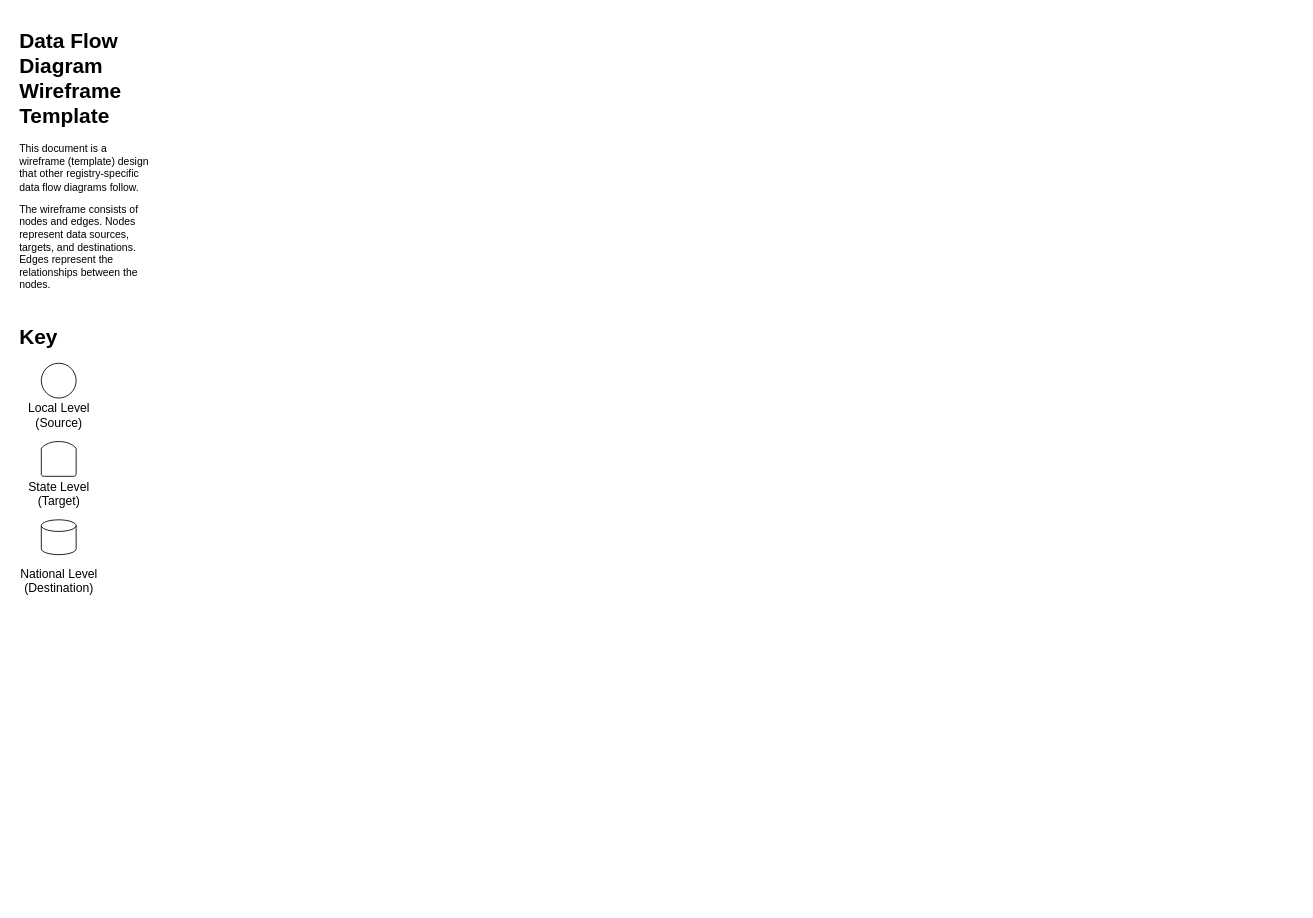
Earlier version of the draw.io diagram ws5/schemas/data_flow_diagram.drawio (gabastil/nci-seer). Source tidied: cells renumbered, new cells numbered last; positions are measured from the earlier drawing's top-left corner, leaving out a move shared by most shapes. Both pictures are drawn from the tidied source at 87%, with x=0, y=0 at pixel (15, 23).
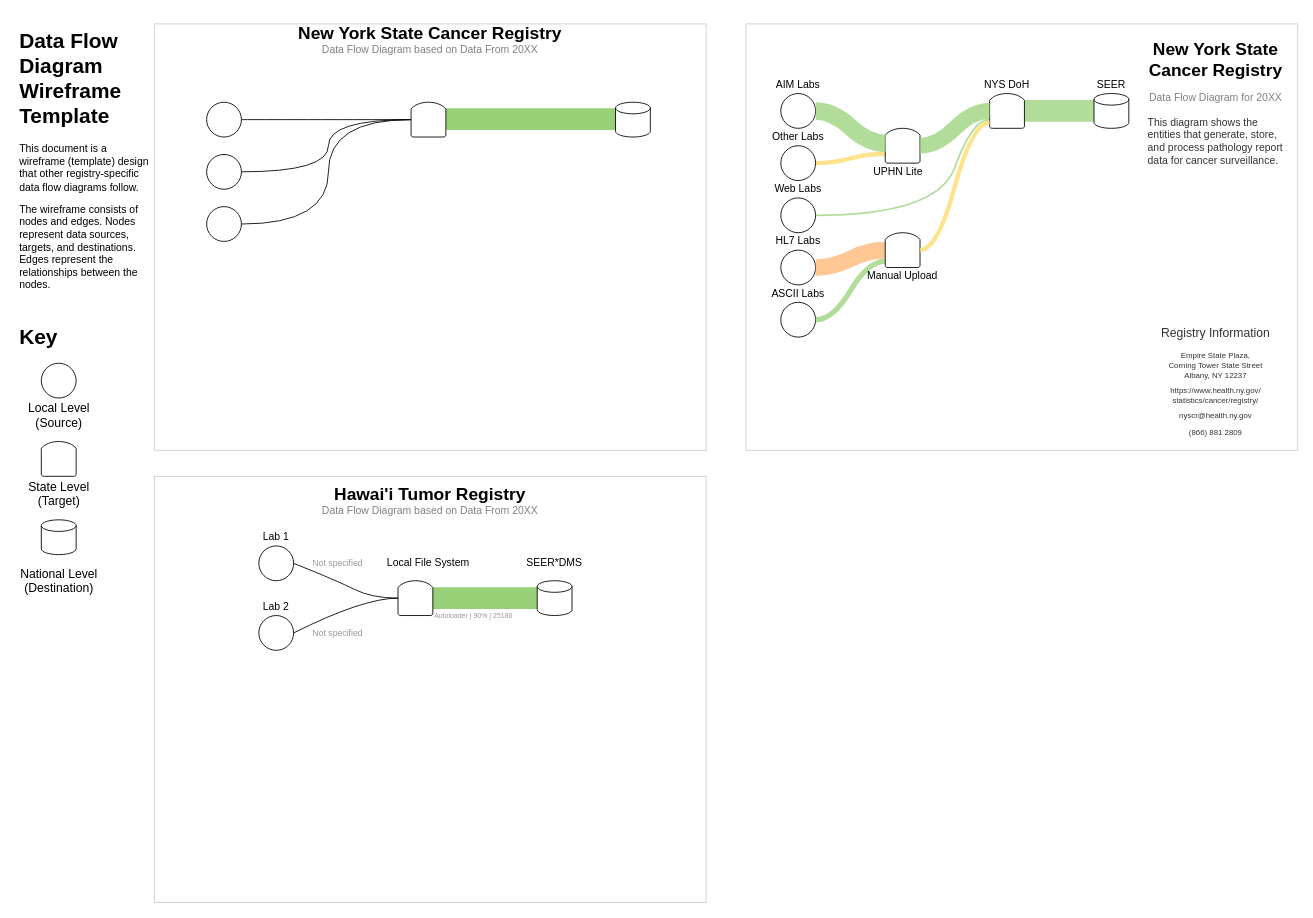
The same page after the edit.

What changed in the source:
```diff
@@
+    <mxCell id="10" parent="0" />
+    <mxCell id="11" style="whiteSpace=wrap;html=1;fillColor=none;strokeColor=#CCCCCC;glass=0;" parent="10" vertex="1">
+      <mxGeometry x="160" width="634.1" height="490" as="geometry" />
+    </mxCell>
+    <mxCell id="12" style="whiteSpace=wrap;html=1;fillColor=none;strokeColor=#CCCCCC;glass=0;" parent="10" vertex="1">
+      <mxGeometry x="160" y="520" width="634.1" height="490" as="geometry" />
+    </mxCell>
+    <mxCell id="13" style="whiteSpace=wrap;html=1;fillColor=none;strokeColor=#CCCCCC;glass=0;" parent="10" vertex="1">
+      <mxGeometry x="840" width="634.1" height="490" as="geometry" />
+    </mxCell>
+    <mxCell id="14" parent="0" />
+    <mxCell id="15" style="curved=1;endArrow=none;html=1;exitX=1;exitY=0.5;exitDx=0;exitDy=0;entryX=0.5;entryY=0;entryDx=0;entryDy=0;entryPerimeter=0;endFill=0;" parent="14" edge="1">
+      <mxGeometry relative="1" as="geometry">
+        <mxPoint x="260" y="230" as="sourcePoint" />
+        <mxPoint x="455" y="110" as="targetPoint" />
+        <Array as="points">
+          <mxPoint x="360" y="230" />
+          <mxPoint x="360" y="110" />
+        </Array>
+      </mxGeometry>
+    </mxCell>
+    <mxCell id="16" style="curved=1;endArrow=none;html=1;exitX=1;exitY=0.5;exitDx=0;exitDy=0;endFill=0;entryX=0.5;entryY=0;entryDx=0;entryDy=0;entryPerimeter=0;" parent="14" edge="1">
+      <mxGeometry relative="1" as="geometry">
+        <mxPoint x="260" y="170" as="sourcePoint" />
+        <mxPoint x="455" y="110" as="targetPoint" />
+        <Array as="points">
+          <mxPoint x="360" y="170" />
+          <mxPoint x="360" y="110" />
+        </Array>
+      </mxGeometry>
+    </mxCell>
+    <mxCell id="17" style="curved=1;endArrow=none;html=1;exitX=1;exitY=0.5;exitDx=0;exitDy=0;endFill=0;entryX=0.5;entryY=0;entryDx=0;entryDy=0;entryPerimeter=0;" parent="14" edge="1">
+      <mxGeometry relative="1" as="geometry">
+        <mxPoint x="260" y="110" as="sourcePoint" />
+        <mxPoint x="455" y="110" as="targetPoint" />
+      </mxGeometry>
+    </mxCell>
+    <mxCell id="18" style="curved=1;endArrow=none;html=1;exitX=1;exitY=0.5;exitDx=0;exitDy=0;endFill=0;entryX=0.5;entryY=0;entryDx=0;entryDy=0;entryPerimeter=0;fillColor=#d5e8d4;strokeColor=#97D077;strokeWidth=25;" parent="14" edge="1">
+      <mxGeometry relative="1" as="geometry">
+        <mxPoint x="495" y="109.4" as="sourcePoint" />
+        <mxPoint x="690" y="109.4" as="targetPoint" />
+      </mxGeometry>
+    </mxCell>
+    <mxCell id="19" parent="0" />
+    <mxCell id="20" style="ellipse;whiteSpace=wrap;html=1;" parent="19" vertex="1">
+      <mxGeometry x="220" y="90" width="40" height="40" as="geometry" />
+    </mxCell>
+    <mxCell id="21" style="strokeWidth=1;html=1;shape=mxgraph.flowchart.delay;whiteSpace=wrap;rotation=-90;" parent="19" vertex="1">
+      <mxGeometry x="455" y="90" width="40" height="40" as="geometry" />
+    </mxCell>
+    <mxCell id="22" style="strokeWidth=1;html=1;shape=mxgraph.flowchart.database;whiteSpace=wrap;" parent="19" vertex="1">
+      <mxGeometry x="690" y="90" width="40" height="40" as="geometry" />
+    </mxCell>
+    <mxCell id="23" style="ellipse;whiteSpace=wrap;html=1;" parent="19" vertex="1">
+      <mxGeometry x="220" y="150" width="40" height="40" as="geometry" />
+    </mxCell>
+    <mxCell id="24" style="ellipse;whiteSpace=wrap;html=1;" parent="19" vertex="1">
+      <mxGeometry x="220" y="210" width="40" height="40" as="geometry" />
+    </mxCell>
+    <mxCell id="25" parent="0" />
+    <mxCell id="26" style="curved=1;endArrow=none;html=1;exitX=1;exitY=0.5;exitDx=0;exitDy=0;endFill=0;entryX=0.5;entryY=0;entryDx=0;entryDy=0;entryPerimeter=0;" parent="25" edge="1" source="31" target="29">
+      <mxGeometry relative="1" as="geometry">
+        <Array as="points">
+          <mxPoint x="320" y="700" />
+          <mxPoint x="400" y="660" />
+        </Array>
+      </mxGeometry>
+    </mxCell>
+    <mxCell id="27" style="curved=1;endArrow=none;html=1;exitX=0.5;exitY=1;exitDx=0;exitDy=0;endFill=0;entryX=0;entryY=0.5;entryDx=0;entryDy=0;entryPerimeter=0;fillColor=#d5e8d4;strokeColor=#97D077;strokeWidth=25;exitPerimeter=0;" parent="25" edge="1" source="29" target="30">
+      <mxGeometry relative="1" as="geometry" />
+    </mxCell>
+    <mxCell id="28" style="ellipse;whiteSpace=wrap;html=1;" parent="25" vertex="1">
+      <mxGeometry x="280" y="600" width="40" height="40" as="geometry" />
+    </mxCell>
+    <mxCell id="29" style="strokeWidth=1;html=1;shape=mxgraph.flowchart.delay;whiteSpace=wrap;rotation=-90;" parent="25" vertex="1">
+      <mxGeometry x="440" y="640" width="40" height="40" as="geometry" />
+    </mxCell>
+    <mxCell id="30" style="strokeWidth=1;html=1;shape=mxgraph.flowchart.database;whiteSpace=wrap;" parent="25" vertex="1">
+      <mxGeometry x="600" y="640" width="40" height="40" as="geometry" />
+    </mxCell>
+    <mxCell id="31" style="ellipse;whiteSpace=wrap;html=1;" parent="25" vertex="1">
+      <mxGeometry x="280" y="680" width="40" height="40" as="geometry" />
+    </mxCell>
+    <mxCell id="32" value="Local File System" style="text;html=1;strokeColor=none;fillColor=none;align=center;verticalAlign=middle;whiteSpace=wrap;rounded=0;glass=0;" parent="25" vertex="1">
+      <mxGeometry x="425" y="610" width="100" height="20" as="geometry" />
+    </mxCell>
+    <mxCell id="33" value="Lab 1" style="text;html=1;strokeColor=none;fillColor=none;align=center;verticalAlign=middle;whiteSpace=wrap;rounded=0;glass=0;" parent="25" vertex="1">
+      <mxGeometry x="280" y="580" width="40" height="20" as="geometry" />
+    </mxCell>
+    <mxCell id="34" value="Lab 2" style="text;html=1;strokeColor=none;fillColor=none;align=center;verticalAlign=middle;whiteSpace=wrap;rounded=0;glass=0;" parent="25" vertex="1">
+      <mxGeometry x="280" y="660" width="40" height="20" as="geometry" />
+    </mxCell>
+    <mxCell id="35" style="curved=1;endArrow=none;html=1;exitX=1;exitY=0.5;exitDx=0;exitDy=0;endFill=0;entryX=0.5;entryY=0;entryDx=0;entryDy=0;entryPerimeter=0;" parent="25" edge="1" source="28" target="29">
+      <mxGeometry relative="1" as="geometry">
+        <Array as="points">
+          <mxPoint x="320" y="620" />
+          <mxPoint x="370" y="640" />
+          <mxPoint x="410" y="660" />
+        </Array>
+      </mxGeometry>
+    </mxCell>
+    <mxCell id="36" value="SEER*DMS" style="text;html=1;strokeColor=none;fillColor=none;align=center;verticalAlign=middle;whiteSpace=wrap;rounded=0;glass=0;" parent="25" vertex="1">
+      <mxGeometry x="570" y="610" width="100" height="20" as="geometry" />
+    </mxCell>
+    <mxCell id="37" value="&lt;font color=&quot;#999999&quot; style=&quot;font-size: 8px;&quot;&gt;Autoloader | 90% | 25186&lt;/font&gt;" style="text;html=1;strokeColor=none;fillColor=none;align=left;verticalAlign=middle;whiteSpace=wrap;rounded=0;glass=0;fontSize=8;" parent="25" vertex="1">
+      <mxGeometry x="480" y="670" width="195" height="20" as="geometry" />
+    </mxCell>
+    <mxCell id="38" value="Not specified" style="text;html=1;strokeColor=none;fillColor=none;align=left;verticalAlign=middle;whiteSpace=wrap;rounded=0;glass=0;fontSize=10;fontColor=#999999;" parent="25" vertex="1">
+      <mxGeometry x="340" y="690" width="70" height="20" as="geometry" />
+    </mxCell>
+    <mxCell id="39" value="Not specified" style="text;html=1;strokeColor=none;fillColor=none;align=left;verticalAlign=middle;whiteSpace=wrap;rounded=0;glass=0;fontSize=10;fontColor=#999999;" parent="25" vertex="1">
+      <mxGeometry x="340" y="610" width="70" height="20" as="geometry" />
+    </mxCell>
+    <mxCell id="40" value="Hawai'i Tumor Registry" style="text;html=1;strokeColor=none;fillColor=none;align=center;verticalAlign=middle;whiteSpace=wrap;rounded=0;glass=0;fontSize=20;fontFamily=Helvetica;fontStyle=1;" parent="25" vertex="1">
+      <mxGeometry x="160" y="530" width="634.1" height="20" as="geometry" />
+    </mxCell>
+    <mxCell id="41" value="Data Flow Diagram based on Data From 20XX" style="text;html=1;strokeColor=none;fillColor=none;align=center;verticalAlign=middle;whiteSpace=wrap;rounded=0;glass=0;fontSize=12;fontFamily=Helvetica;fontStyle=0;fontColor=#808080;" parent="25" vertex="1">
+      <mxGeometry x="160" y="550" width="634.1" height="20" as="geometry" />
+    </mxCell>
+    <mxCell id="42" value="New York State Cancer Registry" style="text;html=1;strokeColor=none;fillColor=none;align=center;verticalAlign=middle;whiteSpace=wrap;rounded=0;glass=0;fontSize=20;fontFamily=Helvetica;fontStyle=1;" parent="25" vertex="1">
+      <mxGeometry x="160" width="634.1" height="20" as="geometry" />
+    </mxCell>
+    <mxCell id="43" value="Data Flow Diagram based on Data From 20XX" style="text;html=1;strokeColor=none;fillColor=none;align=center;verticalAlign=middle;whiteSpace=wrap;rounded=0;glass=0;fontSize=12;fontFamily=Helvetica;fontStyle=0;fontColor=#808080;" parent="25" vertex="1">
+      <mxGeometry x="160" y="20" width="634.1" height="20" as="geometry" />
+    </mxCell>
+    <mxCell id="44" value="New York State Cancer Registry" style="text;html=1;strokeColor=none;fillColor=none;align=center;verticalAlign=middle;whiteSpace=wrap;rounded=0;glass=0;fontSize=20;fontFamily=Helvetica;fontStyle=1;" parent="25" vertex="1">
+      <mxGeometry x="1300" y="10" width="160" height="60" as="geometry" />
+    </mxCell>
+    <mxCell id="45" value="Data Flow Diagram for 20XX" style="text;html=1;strokeColor=none;fillColor=none;align=center;verticalAlign=middle;whiteSpace=wrap;rounded=0;glass=0;fontSize=12;fontFamily=Helvetica;fontStyle=0;fontColor=#808080;" parent="25" vertex="1">
+      <mxGeometry x="1300" y="70" width="160" height="30" as="geometry" />
+    </mxCell>
+    <mxCell id="46" value="&lt;div&gt;This diagram shows the entities that generate, store, and process pathology report data for cancer surveillance.&lt;/div&gt;&lt;div&gt;&lt;/div&gt;&lt;div&gt;&lt;/div&gt;" style="text;html=1;strokeColor=none;fillColor=none;align=left;verticalAlign=top;whiteSpace=wrap;rounded=0;glass=0;fontSize=12;fontFamily=Helvetica;fontStyle=0;fontColor=#333333;" parent="25" vertex="1">
+      <mxGeometry x="1300" y="100" width="160" height="70" as="geometry" />
+    </mxCell>
+    <mxCell id="47" value="&lt;div align=&quot;center&quot; style=&quot;font-size: 14px&quot;&gt;&lt;font style=&quot;font-size: 14px&quot;&gt;Registry Information&lt;/font&gt;&lt;/div&gt;" style="text;html=1;strokeColor=none;fillColor=none;align=center;verticalAlign=top;whiteSpace=wrap;rounded=0;glass=0;fontSize=12;fontFamily=Helvetica;fontStyle=0;fontColor=#333333;" parent="25" vertex="1">
+      <mxGeometry x="1300" y="340" width="160" height="30" as="geometry" />
+    </mxCell>
+    <mxCell id="48" value="&lt;div&gt;&lt;font style=&quot;font-size: 9px&quot;&gt;https://www.health.ny.gov/&lt;/font&gt;&lt;/div&gt;&lt;div&gt;&lt;font style=&quot;font-size: 9px&quot;&gt;statistics/cancer/registry/&lt;/font&gt;&lt;/div&gt;" style="text;html=1;strokeColor=none;fillColor=none;align=center;verticalAlign=top;whiteSpace=wrap;rounded=0;glass=0;fontSize=9;fontFamily=Helvetica;fontStyle=0;fontColor=#333333;" parent="25" vertex="1">
+      <mxGeometry x="1300" y="410" width="160" height="30" as="geometry" />
+    </mxCell>
+    <mxCell id="49" value="nyscr@health.ny.gov" style="text;html=1;strokeColor=none;fillColor=none;align=center;verticalAlign=middle;whiteSpace=wrap;rounded=0;glass=0;fontSize=9;fontFamily=Helvetica;fontStyle=0;fontColor=#333333;" parent="25" vertex="1">
+      <mxGeometry x="1300" y="440" width="160" height="20" as="geometry" />
+    </mxCell>
+    <mxCell id="50" value="(866) 881 2809" style="text;html=1;strokeColor=none;fillColor=none;align=center;verticalAlign=middle;whiteSpace=wrap;rounded=0;glass=0;fontSize=9;fontFamily=Helvetica;fontStyle=0;fontColor=#333333;" parent="25" vertex="1">
+      <mxGeometry x="1300" y="460" width="160" height="20" as="geometry" />
+    </mxCell>
+    <mxCell id="51" value="&lt;div&gt;Empire State Plaza,&lt;/div&gt;&lt;div&gt;Corning Tower State Street&lt;/div&gt;&lt;div&gt;Albany, NY 12237&lt;/div&gt;" style="text;html=1;strokeColor=none;fillColor=none;align=center;verticalAlign=top;whiteSpace=wrap;rounded=0;glass=0;fontSize=9;fontFamily=Helvetica;fontStyle=0;fontColor=#333333;" parent="25" vertex="1">
+      <mxGeometry x="1300" y="370" width="160" height="50" as="geometry" />
+    </mxCell>
+    <mxCell id="52" style="curved=1;endArrow=none;html=1;exitX=1;exitY=0.5;exitDx=0;exitDy=0;endFill=0;entryX=0.247;entryY=-0.007;entryDx=0;entryDy=0;entryPerimeter=0;strokeWidth=2;strokeColor=#97D077;opacity=75;" parent="25" edge="1" target="56">
+      <mxGeometry relative="1" as="geometry">
+        <mxPoint x="920" y="220" as="sourcePoint" />
+        <Array as="points">
+          <mxPoint x="1060" y="220" />
+          <mxPoint x="1100" y="110" />
+        </Array>
+      </mxGeometry>
+    </mxCell>
+    <mxCell id="53" style="curved=1;endArrow=none;html=1;exitX=1;exitY=0.5;exitDx=0;exitDy=0;endFill=0;entryX=0.261;entryY=0.031;entryDx=0;entryDy=0;entryPerimeter=0;strokeColor=#FFD966;strokeWidth=5;opacity=75;" parent="25" edge="1" target="64">
+      <mxGeometry relative="1" as="geometry">
+        <mxPoint x="920" y="160" as="sourcePoint" />
+        <Array as="points">
+          <mxPoint x="940" y="160" />
+          <mxPoint x="980" y="149" />
+        </Array>
+      </mxGeometry>
+    </mxCell>
+    <mxCell id="54" style="curved=1;endArrow=none;html=1;exitX=0.5;exitY=1;exitDx=0;exitDy=0;endFill=0;entryX=0;entryY=0.5;entryDx=0;entryDy=0;entryPerimeter=0;fillColor=#d5e8d4;strokeColor=#97D077;strokeWidth=25;exitPerimeter=0;opacity=75;" parent="25" edge="1" source="56" target="57">
+      <mxGeometry relative="1" as="geometry" />
+    </mxCell>
+    <mxCell id="55" style="ellipse;whiteSpace=wrap;html=1;" parent="25" vertex="1">
+      <mxGeometry x="880" y="80" width="40" height="40" as="geometry" />
+    </mxCell>
+    <mxCell id="56" style="strokeWidth=1;html=1;shape=mxgraph.flowchart.delay;whiteSpace=wrap;rotation=-90;" parent="25" vertex="1">
+      <mxGeometry x="1120" y="80" width="40" height="40" as="geometry" />
+    </mxCell>
+    <mxCell id="57" style="strokeWidth=1;html=1;shape=mxgraph.flowchart.database;whiteSpace=wrap;" parent="25" vertex="1">
+      <mxGeometry x="1240" y="80" width="40" height="40" as="geometry" />
+    </mxCell>
+    <mxCell id="58" style="ellipse;whiteSpace=wrap;html=1;" parent="25" vertex="1">
+      <mxGeometry x="880" y="140" width="40" height="40" as="geometry" />
+    </mxCell>
+    <mxCell id="59" style="ellipse;whiteSpace=wrap;html=1;" parent="25" vertex="1">
+      <mxGeometry x="880" y="200" width="40" height="40" as="geometry" />
+    </mxCell>
+    <mxCell id="60" style="ellipse;whiteSpace=wrap;html=1;" parent="25" vertex="1">
+      <mxGeometry x="880" y="260" width="40" height="40" as="geometry" />
+    </mxCell>
+    <mxCell id="61" style="ellipse;whiteSpace=wrap;html=1;" parent="25" vertex="1">
+      <mxGeometry x="880" y="320" width="40" height="40" as="geometry" />
+    </mxCell>
+    <mxCell id="62" style="curved=1;endArrow=none;html=1;exitX=1;exitY=0.5;exitDx=0;exitDy=0;endFill=0;entryX=0.5;entryY=0;entryDx=0;entryDy=0;entryPerimeter=0;strokeColor=#FFB570;strokeWidth=19;opacity=75;" parent="25" edge="1" target="65">
+      <mxGeometry relative="1" as="geometry">
+        <mxPoint x="920" y="280" as="sourcePoint" />
+        <Array as="points">
+          <mxPoint x="940" y="280" />
+          <mxPoint x="980" y="260" />
+        </Array>
+      </mxGeometry>
+    </mxCell>
+    <mxCell id="63" style="curved=1;endArrow=none;html=1;exitX=1;exitY=0.5;exitDx=0;exitDy=0;endFill=0;entryX=0.184;entryY=0.012;entryDx=0;entryDy=0;entryPerimeter=0;strokeColor=#97D077;strokeWidth=6;opacity=75;" parent="25" edge="1" source="61" target="65">
+      <mxGeometry relative="1" as="geometry">
+        <Array as="points">
+          <mxPoint x="940" y="340" />
+          <mxPoint x="980" y="273" />
+        </Array>
+      </mxGeometry>
+    </mxCell>
+    <mxCell id="64" style="strokeWidth=1;html=1;shape=mxgraph.flowchart.delay;whiteSpace=wrap;rotation=-90;" parent="25" vertex="1">
+      <mxGeometry x="1000" y="120" width="40" height="40" as="geometry" />
+    </mxCell>
+    <mxCell id="65" style="strokeWidth=1;html=1;shape=mxgraph.flowchart.delay;whiteSpace=wrap;rotation=-90;" parent="25" vertex="1">
+      <mxGeometry x="1000" y="240" width="40" height="40" as="geometry" />
+    </mxCell>
+    <mxCell id="66" value="AIM Labs" style="text;html=1;strokeColor=none;fillColor=none;align=center;verticalAlign=middle;whiteSpace=wrap;rounded=0;glass=0;" parent="25" vertex="1">
+      <mxGeometry x="870" y="60" width="60" height="20" as="geometry" />
+    </mxCell>
+    <mxCell id="67" value="Other Labs" style="text;html=1;strokeColor=none;fillColor=none;align=center;verticalAlign=middle;whiteSpace=wrap;rounded=0;glass=0;" parent="25" vertex="1">
+      <mxGeometry x="860" y="120" width="80" height="20" as="geometry" />
+    </mxCell>
+    <mxCell id="68" value="Web Labs" style="text;html=1;strokeColor=none;fillColor=none;align=center;verticalAlign=middle;whiteSpace=wrap;rounded=0;glass=0;" parent="25" vertex="1">
+      <mxGeometry x="870" y="180" width="60" height="20" as="geometry" />
+    </mxCell>
+    <mxCell id="69" value="HL7 Labs" style="text;html=1;strokeColor=none;fillColor=none;align=center;verticalAlign=middle;whiteSpace=wrap;rounded=0;glass=0;" parent="25" vertex="1">
+      <mxGeometry x="865" y="240" width="70" height="20" as="geometry" />
+    </mxCell>
+    <mxCell id="70" value="ASCII Labs" style="text;html=1;strokeColor=none;fillColor=none;align=center;verticalAlign=middle;whiteSpace=wrap;rounded=0;glass=0;" parent="25" vertex="1">
+      <mxGeometry x="865" y="300" width="70" height="20" as="geometry" />
+    </mxCell>
+    <mxCell id="71" value="Manual Upload" style="text;html=1;strokeColor=none;fillColor=none;align=center;verticalAlign=middle;whiteSpace=wrap;rounded=0;glass=0;" parent="25" vertex="1">
+      <mxGeometry x="975" y="280" width="90" height="20" as="geometry" />
+    </mxCell>
+    <mxCell id="72" value="UPHN Lite" style="text;html=1;strokeColor=none;fillColor=none;align=center;verticalAlign=middle;whiteSpace=wrap;rounded=0;glass=0;" parent="25" vertex="1">
+      <mxGeometry x="970" y="160" width="90" height="20" as="geometry" />
+    </mxCell>
+    <mxCell id="73" style="curved=1;endArrow=none;html=1;exitX=1;exitY=0.5;exitDx=0;exitDy=0;endFill=0;entryX=0.567;entryY=0.019;entryDx=0;entryDy=0;entryPerimeter=0;strokeWidth=20;strokeColor=#97D077;opacity=75;" parent="25" edge="1" source="55" target="64">
+      <mxGeometry relative="1" as="geometry">
+        <Array as="points">
+          <mxPoint x="940" y="100" />
+          <mxPoint x="980" y="137" />
+        </Array>
+      </mxGeometry>
+    </mxCell>
+    <mxCell id="74" style="curved=1;endArrow=none;html=1;endFill=0;entryX=0.5;entryY=0;entryDx=0;entryDy=0;entryPerimeter=0;strokeWidth=18;strokeColor=#97D077;opacity=75;" parent="25" edge="1" target="56">
+      <mxGeometry relative="1" as="geometry">
+        <mxPoint x="1040" y="140" as="sourcePoint" />
+        <Array as="points">
+          <mxPoint x="1060" y="140" />
+          <mxPoint x="1100" y="100" />
+        </Array>
+      </mxGeometry>
+    </mxCell>
+    <mxCell id="75" style="curved=1;endArrow=none;html=1;endFill=0;exitX=0.5;exitY=1;exitDx=0;exitDy=0;exitPerimeter=0;strokeWidth=5;strokeColor=#FFD966;opacity=75;entryX=0.162;entryY=0.002;entryDx=0;entryDy=0;entryPerimeter=0;" parent="25" edge="1" source="65" target="56">
+      <mxGeometry relative="1" as="geometry">
+        <Array as="points">
+          <mxPoint x="1060" y="260" />
+          <mxPoint x="1100" y="114" />
+        </Array>
+      </mxGeometry>
+    </mxCell>
+    <mxCell id="76" value="NYS DoH" style="text;html=1;strokeColor=none;fillColor=none;align=center;verticalAlign=middle;whiteSpace=wrap;rounded=0;glass=0;" parent="25" vertex="1">
+      <mxGeometry x="1095" y="60" width="90" height="20" as="geometry" />
+    </mxCell>
+    <mxCell id="77" value="SEER" style="text;html=1;strokeColor=none;fillColor=none;align=center;verticalAlign=middle;whiteSpace=wrap;rounded=0;glass=0;" parent="25" vertex="1">
+      <mxGeometry x="1215" y="60" width="90" height="20" as="geometry" />
+    </mxCell>
```
